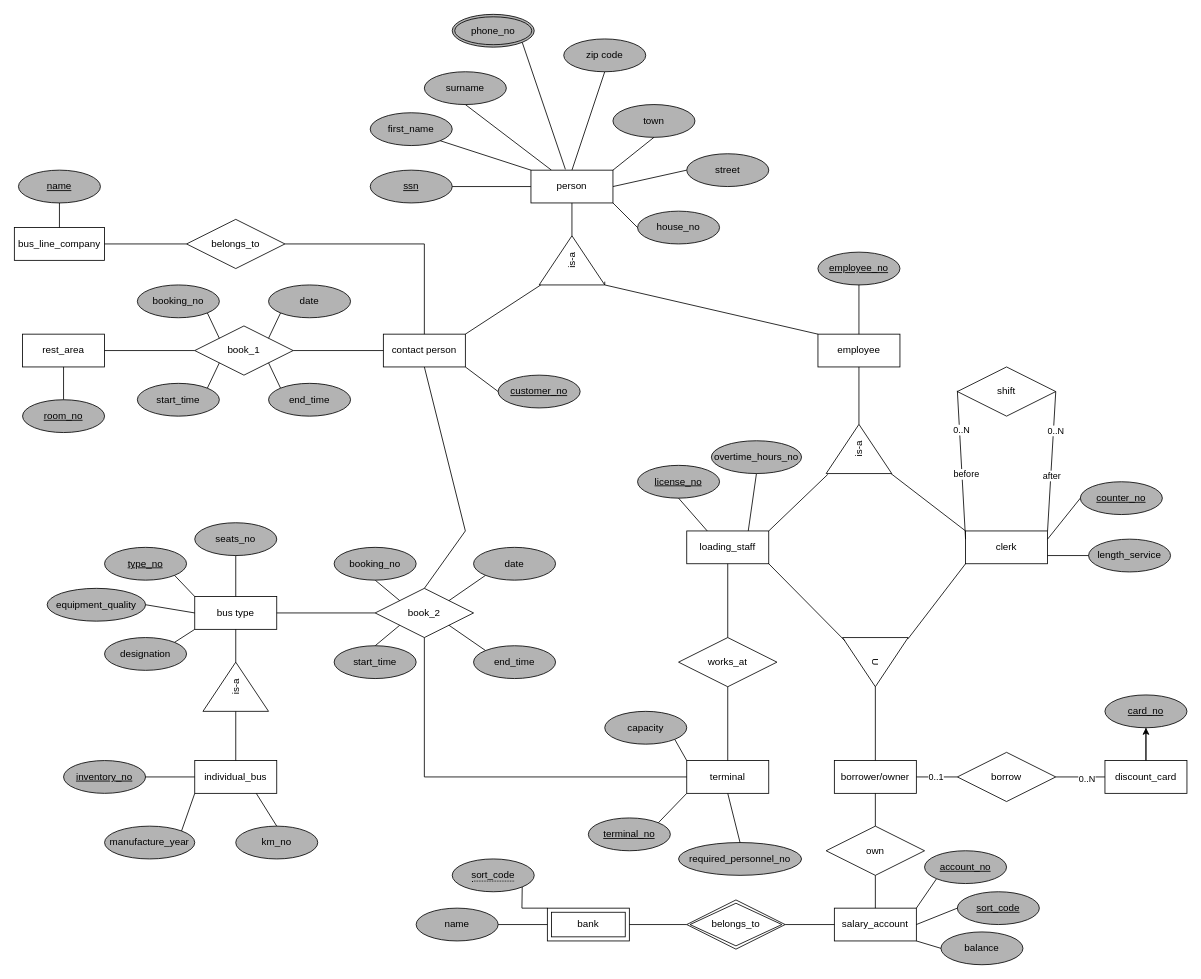
This is ERM project_group 5.drawio from Martinaeht/DBS-Projektgruppe-5_ERM, a draw.io file, before an edit. Source tidied: cells renumbered, new cells numbered last; positions are measured from the earlier drawing's top-left corner, leaving out a move shared by most shapes. Both pictures are drawn from the tidied source at 82%, with x=0, y=0 at pixel (14, 14).
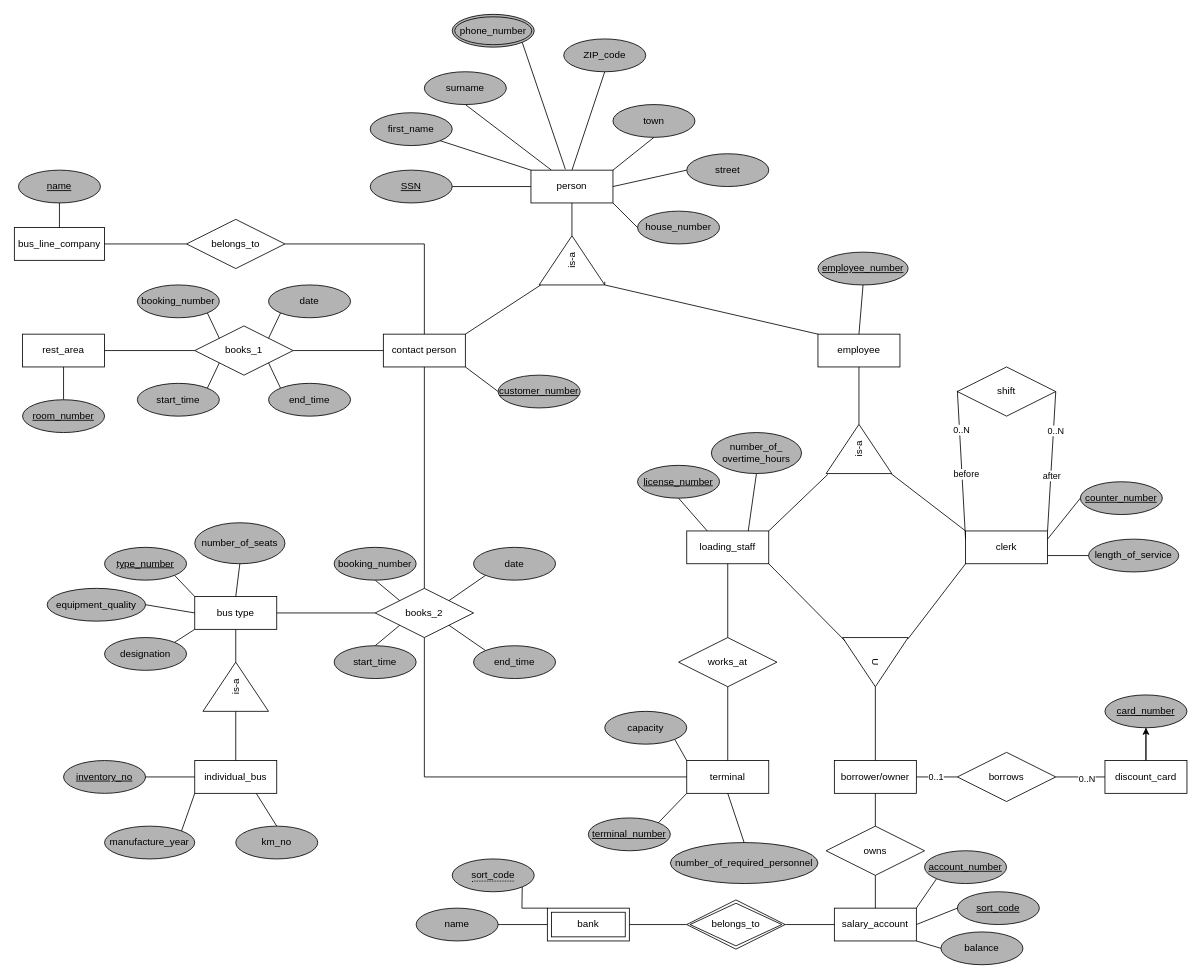
The same diagram, later.

The change refers to these unchanged cells:
```xml
<mxCell id="14" value="contact person" style="whiteSpace=wrap;html=1;align=center;" parent="1" vertex="1">
  <mxGeometry x="450" y="390" width="100" height="40" as="geometry" />
</mxCell>
```

Diff of the diagram source:
```diff
@@
-    <mxCell id="2" value="ssn" style="ellipse;whiteSpace=wrap;html=1;align=center;fontStyle=4;fillColor=#B3B3B3;" parent="1" vertex="1">
+    <mxCell id="2" value="SSN" style="ellipse;whiteSpace=wrap;html=1;align=center;fontStyle=4;fillColor=#B3B3B3;" parent="1" vertex="1">
       <mxGeometry x="434" y="190" width="100" height="40" as="geometry" />
     </mxCell>
@@
-    <mxCell id="8" value="zip code" style="ellipse;whiteSpace=wrap;html=1;align=center;fillColor=#B3B3B3;" parent="1" vertex="1">
+    <mxCell id="8" value="&lt;div&gt;ZIP_code&lt;/div&gt;" style="ellipse;whiteSpace=wrap;html=1;align=center;fillColor=#B3B3B3;" parent="1" vertex="1">
       <mxGeometry x="670" y="30" width="100" height="40" as="geometry" />
     </mxCell>
@@
-    <mxCell id="11" value="house_no" style="ellipse;whiteSpace=wrap;html=1;align=center;fillColor=#B3B3B3;" parent="1" vertex="1">
+    <mxCell id="11" value="house_number" style="ellipse;whiteSpace=wrap;html=1;align=center;fillColor=#B3B3B3;" parent="1" vertex="1">
       <mxGeometry x="760" y="240" width="100" height="40" as="geometry" />
     </mxCell>
@@
-    <mxCell id="21" value="phone_no" style="ellipse;shape=doubleEllipse;margin=3;whiteSpace=wrap;html=1;align=center;fillColor=#B3B3B3;" parent="1" vertex="1">
+    <mxCell id="21" value="phone_number" style="ellipse;shape=doubleEllipse;margin=3;whiteSpace=wrap;html=1;align=center;fillColor=#B3B3B3;" parent="1" vertex="1">
       <mxGeometry x="534" width="100" height="40" as="geometry" />
     </mxCell>
@@
-    <mxCell id="32" value="length_service" style="ellipse;whiteSpace=wrap;html=1;align=center;fillColor=#B3B3B3;" parent="1" vertex="1">
-      <mxGeometry x="1310" y="640" width="100" height="40" as="geometry" />
+    <mxCell id="32" value="length_of_service" style="ellipse;whiteSpace=wrap;html=1;align=center;fillColor=#B3B3B3;" parent="1" vertex="1">
+      <mxGeometry x="1310" y="640" width="110" height="40" as="geometry" />
     </mxCell>
@@
-    <mxCell id="41" value="counter_no" style="ellipse;whiteSpace=wrap;html=1;align=center;fontStyle=4;fillColor=#B3B3B3;" parent="1" vertex="1">
+    <mxCell id="41" value="counter_number" style="ellipse;whiteSpace=wrap;html=1;align=center;fontStyle=4;fillColor=#B3B3B3;" parent="1" vertex="1">
       <mxGeometry x="1300" y="570" width="100" height="40" as="geometry" />
     </mxCell>
-    <mxCell id="42" value="license_no" style="ellipse;whiteSpace=wrap;html=1;align=center;fontStyle=4;fillColor=#B3B3B3;" parent="1" vertex="1">
+    <mxCell id="42" value="license_number" style="ellipse;whiteSpace=wrap;html=1;align=center;fontStyle=4;fillColor=#B3B3B3;" parent="1" vertex="1">
       <mxGeometry x="760" y="550" width="100" height="40" as="geometry" />
     </mxCell>
@@
-    <mxCell id="44" value="overtime_hours_no" style="ellipse;whiteSpace=wrap;html=1;align=center;fillColor=#B3B3B3;" parent="1" vertex="1">
-      <mxGeometry x="850" y="520" width="110" height="40" as="geometry" />
+    <mxCell id="44" value="&lt;div&gt;number_of_&lt;/div&gt;&lt;div&gt;overtime_hours&lt;/div&gt;" style="ellipse;whiteSpace=wrap;html=1;align=center;fillColor=#B3B3B3;" parent="1" vertex="1">
+      <mxGeometry x="850" y="510" width="110" height="50" as="geometry" />
     </mxCell>
@@
-    <mxCell id="50" value="terminal_no" style="ellipse;whiteSpace=wrap;html=1;align=center;fontStyle=4;fillColor=#B3B3B3;" parent="1" vertex="1">
+    <mxCell id="50" value="terminal_number" style="ellipse;whiteSpace=wrap;html=1;align=center;fontStyle=4;fillColor=#B3B3B3;" parent="1" vertex="1">
       <mxGeometry x="700" y="980" width="100" height="40" as="geometry" />
     </mxCell>
@@
-    <mxCell id="52" value="required_personnel_no" style="ellipse;whiteSpace=wrap;html=1;align=center;fillColor=#B3B3B3;" parent="1" vertex="1">
-      <mxGeometry x="810" y="1010" width="150" height="40" as="geometry" />
+    <mxCell id="52" value="number_of_required_personnel" style="ellipse;whiteSpace=wrap;html=1;align=center;fillColor=#B3B3B3;" parent="1" vertex="1">
+      <mxGeometry x="800" y="1010" width="180" height="50" as="geometry" />
     </mxCell>
@@
-    <mxCell id="56" value="book_2" style="shape=rhombus;perimeter=rhombusPerimeter;whiteSpace=wrap;html=1;align=center;" parent="1" vertex="1">
+    <mxCell id="56" value="books_2" style="shape=rhombus;perimeter=rhombusPerimeter;whiteSpace=wrap;html=1;align=center;" parent="1" vertex="1">
       <mxGeometry x="440" y="700" width="120" height="60" as="geometry" />
     </mxCell>
@@
     <mxCell id="62" style="endArrow=none;html=1;rounded=0;exitX=0.5;exitY=1;exitDx=0;exitDy=0;entryX=0.5;entryY=0;entryDx=0;entryDy=0;" parent="1" edge="1" source="14" target="56">
-      <mxGeometry relative="1" as="geometry">
-        <Array as="points">
-          <mxPoint x="550" y="630" />
-        </Array>
-      </mxGeometry>
+      <mxGeometry relative="1" as="geometry" />
     </mxCell>
-    <mxCell id="63" value="book_1" style="shape=rhombus;perimeter=rhombusPerimeter;whiteSpace=wrap;html=1;align=center;" parent="1" vertex="1">
+    <mxCell id="63" value="books_1" style="shape=rhombus;perimeter=rhombusPerimeter;whiteSpace=wrap;html=1;align=center;" parent="1" vertex="1">
       <mxGeometry x="220" y="380" width="120" height="60" as="geometry" />
     </mxCell>
@@
-    <mxCell id="74" value="room_no" style="ellipse;whiteSpace=wrap;html=1;align=center;fontStyle=4;fillColor=#B3B3B3;" parent="1" vertex="1">
+    <mxCell id="74" value="room_number" style="ellipse;whiteSpace=wrap;html=1;align=center;fontStyle=4;fillColor=#B3B3B3;" parent="1" vertex="1">
       <mxGeometry x="10" y="470" width="100" height="40" as="geometry" />
     </mxCell>
-    <mxCell id="75" value="booking_no" style="ellipse;whiteSpace=wrap;html=1;align=center;fillColor=#B3B3B3;" parent="1" vertex="1">
+    <mxCell id="75" value="booking_number" style="ellipse;whiteSpace=wrap;html=1;align=center;fillColor=#B3B3B3;" parent="1" vertex="1">
       <mxGeometry x="150" y="330" width="100" height="40" as="geometry" />
     </mxCell>
@@
-    <mxCell id="83" value="customer_no" style="ellipse;whiteSpace=wrap;html=1;align=center;fontStyle=4;fillColor=#B3B3B3;" parent="1" vertex="1">
+    <mxCell id="83" value="customer_number" style="ellipse;whiteSpace=wrap;html=1;align=center;fontStyle=4;fillColor=#B3B3B3;" parent="1" vertex="1">
       <mxGeometry x="590" y="440" width="100" height="40" as="geometry" />
     </mxCell>
@@
-    <mxCell id="86" value="employee_no" style="ellipse;whiteSpace=wrap;html=1;align=center;fontStyle=4;fillColor=#B3B3B3;" parent="1" vertex="1">
-      <mxGeometry x="980" y="290" width="100" height="40" as="geometry" />
+    <mxCell id="86" value="employee_number" style="ellipse;whiteSpace=wrap;html=1;align=center;fontStyle=4;fillColor=#B3B3B3;" parent="1" vertex="1">
+      <mxGeometry x="980" y="290" width="110" height="40" as="geometry" />
     </mxCell>
@@
-    <mxCell id="94" value="type_no" style="ellipse;whiteSpace=wrap;html=1;align=center;fontStyle=4;fillColor=#B3B3B3;" parent="1" vertex="1">
+    <mxCell id="94" value="type_number" style="ellipse;whiteSpace=wrap;html=1;align=center;fontStyle=4;fillColor=#B3B3B3;" parent="1" vertex="1">
       <mxGeometry x="110" y="650" width="100" height="40" as="geometry" />
     </mxCell>
@@
-    <mxCell id="96" value="seats_no" style="ellipse;whiteSpace=wrap;html=1;align=center;fillColor=#B3B3B3;" parent="1" vertex="1">
-      <mxGeometry x="220" y="620" width="100" height="40" as="geometry" />
+    <mxCell id="96" value="number_of_seats" style="ellipse;whiteSpace=wrap;html=1;align=center;fillColor=#B3B3B3;" parent="1" vertex="1">
+      <mxGeometry x="220" y="620" width="110" height="50" as="geometry" />
     </mxCell>
@@
-    <mxCell id="111" value="booking_no" style="ellipse;whiteSpace=wrap;html=1;align=center;fillColor=#B3B3B3;" parent="1" vertex="1">
+    <mxCell id="111" value="booking_number" style="ellipse;whiteSpace=wrap;html=1;align=center;fillColor=#B3B3B3;" parent="1" vertex="1">
       <mxGeometry x="390" y="650" width="100" height="40" as="geometry" />
     </mxCell>
@@
-    <mxCell id="116" value="borrow" style="shape=rhombus;perimeter=rhombusPerimeter;whiteSpace=wrap;html=1;align=center;" parent="1" vertex="1">
+    <mxCell id="116" value="borrows" style="shape=rhombus;perimeter=rhombusPerimeter;whiteSpace=wrap;html=1;align=center;" parent="1" vertex="1">
       <mxGeometry x="1150" y="900" width="120" height="60" as="geometry" />
     </mxCell>
-    <mxCell id="117" value="card_no" style="ellipse;whiteSpace=wrap;html=1;align=center;fontStyle=4;fillColor=#B3B3B3;" parent="1" vertex="1">
+    <mxCell id="117" value="card_number" style="ellipse;whiteSpace=wrap;html=1;align=center;fontStyle=4;fillColor=#B3B3B3;" parent="1" vertex="1">
       <mxGeometry x="1330" y="830" width="100" height="40" as="geometry" />
     </mxCell>
@@
-    <mxCell id="126" value="own" style="shape=rhombus;perimeter=rhombusPerimeter;whiteSpace=wrap;html=1;align=center;" parent="1" vertex="1">
+    <mxCell id="126" value="owns" style="shape=rhombus;perimeter=rhombusPerimeter;whiteSpace=wrap;html=1;align=center;" parent="1" vertex="1">
       <mxGeometry x="990" y="990" width="120" height="60" as="geometry" />
     </mxCell>
@@
-    <mxCell id="134" value="account_no" style="ellipse;whiteSpace=wrap;html=1;align=center;fontStyle=4;fillColor=#B3B3B3;" parent="1" vertex="1">
+    <mxCell id="134" value="account_number" style="ellipse;whiteSpace=wrap;html=1;align=center;fontStyle=4;fillColor=#B3B3B3;" parent="1" vertex="1">
       <mxGeometry x="1110" y="1020" width="100" height="40" as="geometry" />
     </mxCell>
```
